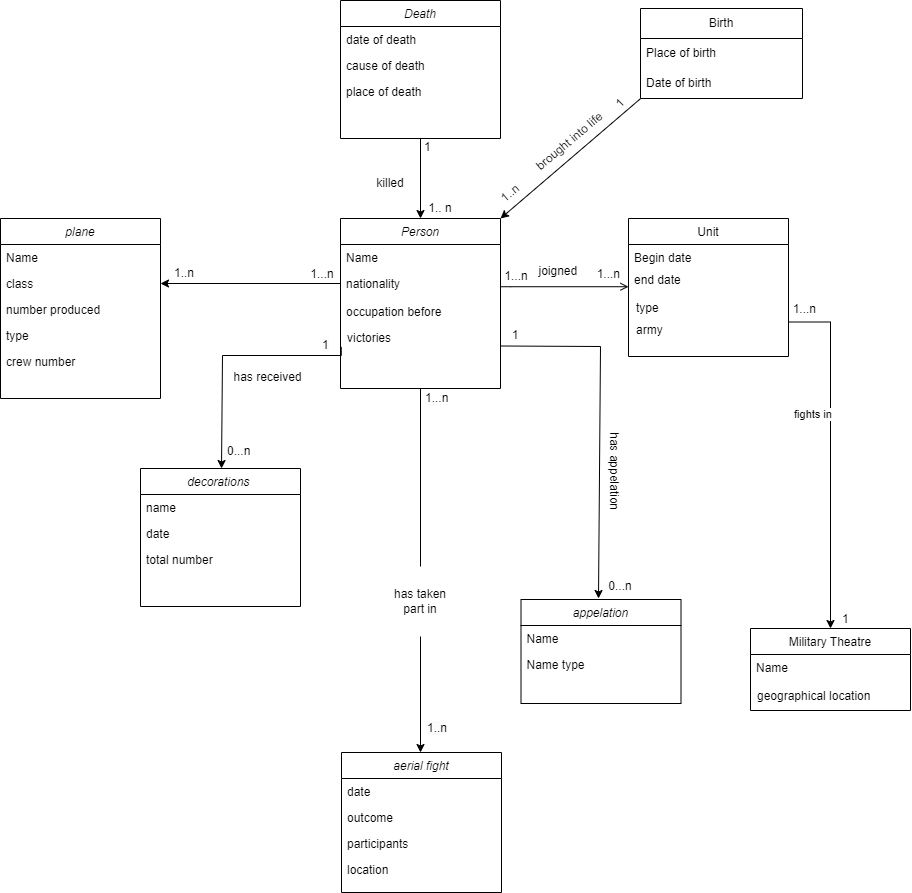
Earlier version of the draw.io export testmodele.drawio.png (samohTDNM/Les-as-de-la-Grande-Guerre-). Source tidied: cells renumbered, new cells last; positions are measured from the earlier drawing's top-left corner, leaving out a move shared by most shapes.
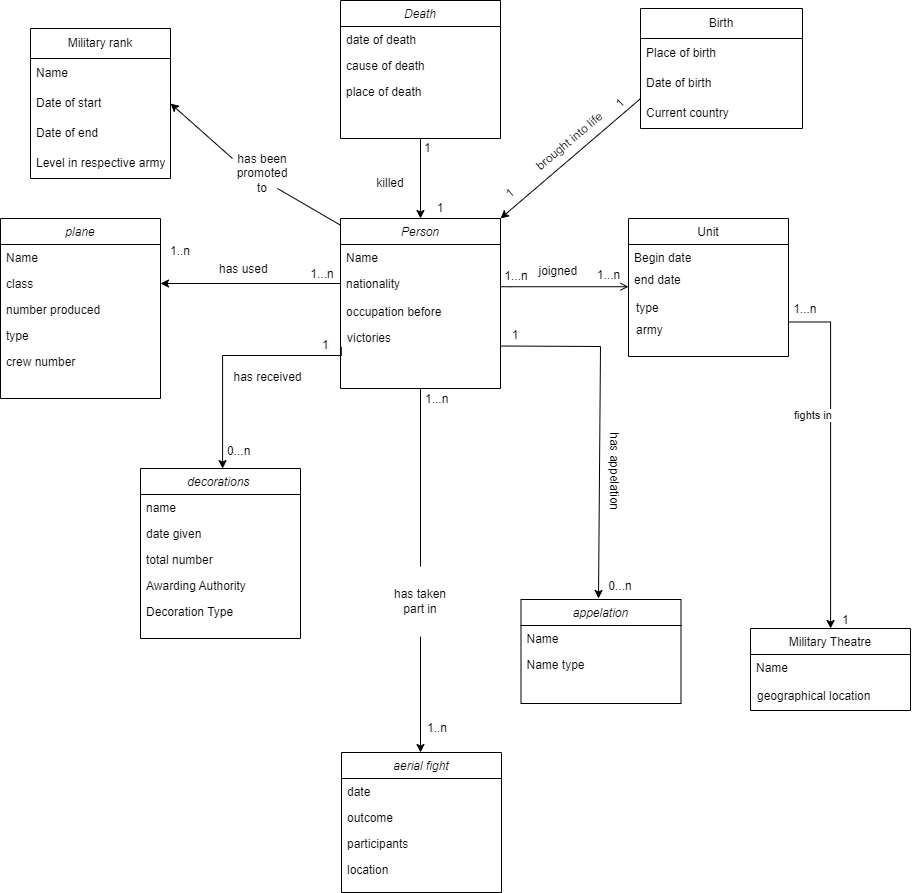
After the commit.

What changed in the source:
```diff
@@ -121,17 +121,23 @@
       <mxGeometry y="26" width="160" height="26" as="geometry" />
     </mxCell>
     <mxCell id="34" value="decorations " style="swimlane;fontStyle=2;align=center;verticalAlign=top;horizontal=1;startSize=26;rounded=0;shadow=0;strokeWidth=1;" parent="1" vertex="1">
-      <mxGeometry x="140" y="468" width="160" height="138" as="geometry" />
+      <mxGeometry x="140" y="468" width="160" height="170" as="geometry" />
     </mxCell>
     <mxCell id="35" value="name" style="text;align=left;verticalAlign=top;spacingLeft=4;spacingRight=4;overflow=hidden;" parent="34" vertex="1">
       <mxGeometry y="26" width="160" height="26" as="geometry" />
     </mxCell>
-    <mxCell id="36" value="date " style="text;align=left;verticalAlign=top;spacingLeft=4;spacingRight=4;overflow=hidden;rounded=0;shadow=0;html=0;" parent="34" vertex="1">
+    <mxCell id="36" value="date given" style="text;align=left;verticalAlign=top;spacingLeft=4;spacingRight=4;overflow=hidden;rounded=0;shadow=0;html=0;" parent="34" vertex="1">
       <mxGeometry y="52" width="160" height="26" as="geometry" />
     </mxCell>
     <mxCell id="37" value="total number " style="text;align=left;verticalAlign=top;spacingLeft=4;spacingRight=4;overflow=hidden;rounded=0;shadow=0;html=0;" parent="34" vertex="1">
       <mxGeometry y="78" width="160" height="26" as="geometry" />
     </mxCell>
+    <mxCell id="76" value="Awarding Authority" style="text;align=left;verticalAlign=top;spacingLeft=4;spacingRight=4;overflow=hidden;rounded=0;shadow=0;html=0;" parent="34" vertex="1">
+      <mxGeometry y="104" width="160" height="26" as="geometry" />
+    </mxCell>
+    <mxCell id="77" value="Decoration Type" style="text;align=left;verticalAlign=top;spacingLeft=4;spacingRight=4;overflow=hidden;rounded=0;shadow=0;html=0;" parent="34" vertex="1">
+      <mxGeometry y="130" width="160" height="26" as="geometry" />
+    </mxCell>
     <mxCell id="38" value="&lt;br style=&quot;forced-color-adjust: none; padding: 0px; margin: 0px; color: rgb(0, 0, 0); font-family: Helvetica; font-size: 12px; font-style: normal; font-variant-ligatures: normal; font-variant-caps: normal; font-weight: 400; letter-spacing: normal; orphans: 2; text-align: left; text-indent: 0px; text-transform: none; widows: 2; word-spacing: 0px; -webkit-text-stroke-width: 0px; white-space: nowrap; background-color: rgb(251, 251, 251); text-decoration-thickness: initial; text-decoration-style: initial; text-decoration-color: initial;&quot;&gt;&lt;span style=&quot;color: rgb(0, 0, 0); font-family: Helvetica; font-size: 12px; font-style: normal; font-variant-ligatures: normal; font-variant-caps: normal; font-weight: 400; letter-spacing: normal; orphans: 2; text-align: left; text-indent: 0px; text-transform: none; widows: 2; word-spacing: 0px; -webkit-text-stroke-width: 0px; white-space: nowrap; background-color: rgb(251, 251, 251); text-decoration-thickness: initial; text-decoration-style: initial; text-decoration-color: initial; display: inline !important; float: none;&quot;&gt;1&lt;/span&gt;" style="text;whiteSpace=wrap;html=1;" parent="1" vertex="1">
       <mxGeometry x="320" y="317" width="40" height="50" as="geometry" />
     </mxCell>
@@ -159,7 +165,7 @@
       </mxGeometry>
     </mxCell>
     <mxCell id="46" value="Birth" style="swimlane;fontStyle=0;horizontal=1;startSize=30;whiteSpace=wrap;html=1;" parent="1" vertex="1">
-      <mxGeometry x="640" y="8" width="162" height="90" as="geometry" />
+      <mxGeometry x="640" y="8" width="162" height="120" as="geometry" />
     </mxCell>
     <mxCell id="47" value="Place of birth" style="text;strokeColor=none;fillColor=none;align=left;verticalAlign=middle;spacingLeft=4;spacingRight=4;overflow=hidden;whiteSpace=wrap;html=1;" parent="46" vertex="1">
       <mxGeometry y="30" width="162" height="30" as="geometry" />
@@ -167,6 +173,9 @@
     <mxCell id="48" value="Date of birth&amp;nbsp;" style="text;strokeColor=none;fillColor=none;align=left;verticalAlign=middle;spacingLeft=4;spacingRight=4;overflow=hidden;points=[[0,0.5],[1,0.5]];portConstraint=eastwest;whiteSpace=wrap;html=1;" parent="46" vertex="1">
       <mxGeometry y="60" width="162" height="30" as="geometry" />
     </mxCell>
+    <mxCell id="78" value="Current country" style="text;strokeColor=none;fillColor=none;align=left;verticalAlign=middle;spacingLeft=4;spacingRight=4;overflow=hidden;whiteSpace=wrap;html=1;" parent="46" vertex="1">
+      <mxGeometry y="90" width="162" height="30" as="geometry" />
+    </mxCell>
     <mxCell id="49" value="brought into life&amp;nbsp;" style="text;html=1;align=center;verticalAlign=middle;whiteSpace=wrap;rounded=0;rotation=-40;" parent="1" vertex="1">
       <mxGeometry x="510" y="128" width="120.9" height="23.5" as="geometry" />
     </mxCell>
@@ -201,7 +210,7 @@
     <mxCell id="58" value="army" style="text;align=left;verticalAlign=top;spacingLeft=4;spacingRight=4;overflow=hidden;rounded=0;shadow=0;html=0;" parent="1" vertex="1">
       <mxGeometry x="630" y="316" width="160" height="26" as="geometry" />
     </mxCell>
-    <mxCell id="59" value="&#10;1" style="align=left;verticalAlign=bottom;labelBackgroundColor=none;fontSize=12;" parent="1" vertex="1">
+    <mxCell id="59" value="1" style="align=left;verticalAlign=bottom;labelBackgroundColor=none;fontSize=12;" parent="1" vertex="1">
       <mxGeometry x="503" y="303" as="geometry">
         <mxPoint x="-81" y="-148" as="offset" />
       </mxGeometry>
@@ -212,14 +221,14 @@
     <mxCell id="61" style="endArrow=classic;html=1;rounded=0;exitX=0;exitY=1.006;exitDx=0;exitDy=0;exitPerimeter=0;entryX=1;entryY=0;entryDx=0;entryDy=0;" parent="1" edge="1" source="48" target="2">
       <mxGeometry relative="1" as="geometry" />
     </mxCell>
-    <mxCell id="62" value="1..n" style="text;html=1;align=center;verticalAlign=middle;whiteSpace=wrap;rounded=0;rotation=-40;" parent="1" vertex="1">
+    <mxCell id="62" value="1" style="text;html=1;align=center;verticalAlign=middle;whiteSpace=wrap;rounded=0;rotation=-40;" parent="1" vertex="1">
       <mxGeometry x="480" y="178" width="60" height="30" as="geometry" />
     </mxCell>
     <mxCell id="63" style="endArrow=classic;html=1;rounded=0;exitX=0;exitY=0.5;exitDx=0;exitDy=0;entryX=1;entryY=0.5;entryDx=0;entryDy=0;" parent="1" edge="1" source="4" target="16">
       <mxGeometry relative="1" as="geometry" />
     </mxCell>
     <mxCell id="64" value="1..n" style="text;html=1;align=center;verticalAlign=middle;whiteSpace=wrap;rounded=0;" parent="1" vertex="1">
-      <mxGeometry x="154" y="258" width="60" height="30" as="geometry" />
+      <mxGeometry x="150" y="236" width="60" height="30" as="geometry" />
     </mxCell>
     <mxCell id="65" value="&#10;" style="text;align=left;verticalAlign=top;spacingLeft=4;spacingRight=4;overflow=hidden;rounded=0;shadow=0;html=0;" parent="1" vertex="1">
       <mxGeometry x="407" y="698" width="160" height="26" as="geometry" />
@@ -255,11 +264,38 @@
     <mxCell id="73" value="0...n" style="text;html=1;align=center;verticalAlign=middle;whiteSpace=wrap;rounded=0;" parent="1" vertex="1">
       <mxGeometry x="590" y="571" width="60" height="30" as="geometry" />
     </mxCell>
-    <mxCell id="74" value="1.. n" style="text;html=1;align=center;verticalAlign=middle;whiteSpace=wrap;rounded=0;" parent="1" vertex="1">
+    <mxCell id="74" value="1" style="text;html=1;align=center;verticalAlign=middle;whiteSpace=wrap;rounded=0;" parent="1" vertex="1">
       <mxGeometry x="420" y="198" width="40" height="20" as="geometry" />
     </mxCell>
     <mxCell id="75" value="victories&#10;" style="text;align=left;verticalAlign=top;spacingLeft=4;spacingRight=4;overflow=hidden;rounded=0;shadow=0;html=0;" parent="1" vertex="1">
       <mxGeometry x="341" y="324" width="160" height="26" as="geometry" />
     </mxCell>
+    <mxCell id="79" value="Military rank" style="swimlane;fontStyle=0;horizontal=1;startSize=30;whiteSpace=wrap;html=1;" parent="1" vertex="1">
+      <mxGeometry x="30" y="28" width="140" height="150" as="geometry" />
+    </mxCell>
+    <mxCell id="80" value="Name" style="text;strokeColor=none;fillColor=none;align=left;verticalAlign=middle;spacingLeft=4;spacingRight=4;overflow=hidden;whiteSpace=wrap;html=1;" parent="79" vertex="1">
+      <mxGeometry y="30" width="140" height="30" as="geometry" />
+    </mxCell>
+    <mxCell id="81" value="Date of start" style="text;strokeColor=none;fillColor=none;align=left;verticalAlign=middle;spacingLeft=4;spacingRight=4;overflow=hidden;points=[[0,0.5],[1,0.5]];portConstraint=eastwest;whiteSpace=wrap;html=1;" parent="79" vertex="1">
+      <mxGeometry y="60" width="140" height="30" as="geometry" />
+    </mxCell>
+    <mxCell id="82" value="Date of end" style="text;strokeColor=none;fillColor=none;align=left;verticalAlign=middle;spacingLeft=4;spacingRight=4;overflow=hidden;whiteSpace=wrap;html=1;" parent="79" vertex="1">
+      <mxGeometry y="90" width="140" height="30" as="geometry" />
+    </mxCell>
+    <mxCell id="83" value="Level in respective army" style="text;strokeColor=none;fillColor=none;align=left;verticalAlign=middle;spacingLeft=4;spacingRight=4;overflow=hidden;whiteSpace=wrap;html=1;" parent="79" vertex="1">
+      <mxGeometry y="120" width="140" height="30" as="geometry" />
+    </mxCell>
+    <mxCell id="84" style="endArrow=classic;html=1;rounded=0;entryX=1;entryY=0.5;entryDx=0;entryDy=0;exitX=0;exitY=0;exitDx=0;exitDy=0;" parent="1" edge="1" source="85" target="81">
+      <mxGeometry relative="1" as="geometry" />
+    </mxCell>
+    <mxCell id="85" value="has been promoted to" style="text;html=1;align=center;verticalAlign=middle;whiteSpace=wrap;rounded=0;" parent="1" vertex="1">
+      <mxGeometry x="232" y="158" width="60" height="30" as="geometry" />
+    </mxCell>
+    <mxCell id="86" style="endArrow=none;html=1;rounded=0;entryX=0.75;entryY=1;entryDx=0;entryDy=0;exitX=0.001;exitY=0.04;exitDx=0;exitDy=0;exitPerimeter=0;" parent="1" edge="1" source="2" target="85">
+      <mxGeometry relative="1" as="geometry" />
+    </mxCell>
+    <mxCell id="87" value="has used&amp;nbsp;" style="text;html=1;align=center;verticalAlign=middle;whiteSpace=wrap;rounded=0;" parent="1" vertex="1">
+      <mxGeometry x="215" y="254" width="60" height="30" as="geometry" />
+    </mxCell>
   </root>
 </mxGraphModel>
```
